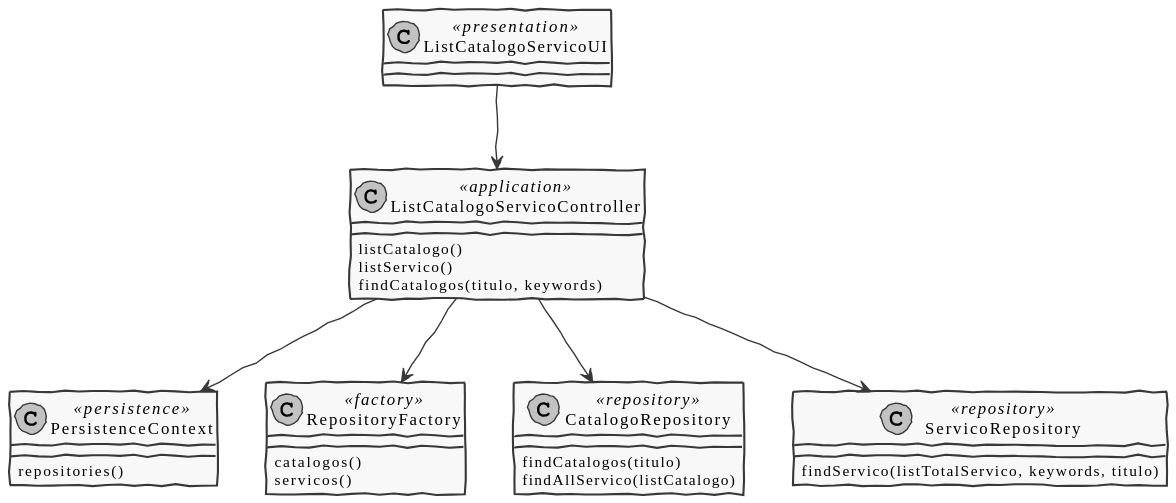
This is docs/US3001/CD3001.svg from pedrolemos4/LAPR4, a PlantUML export, as it was before one commit.
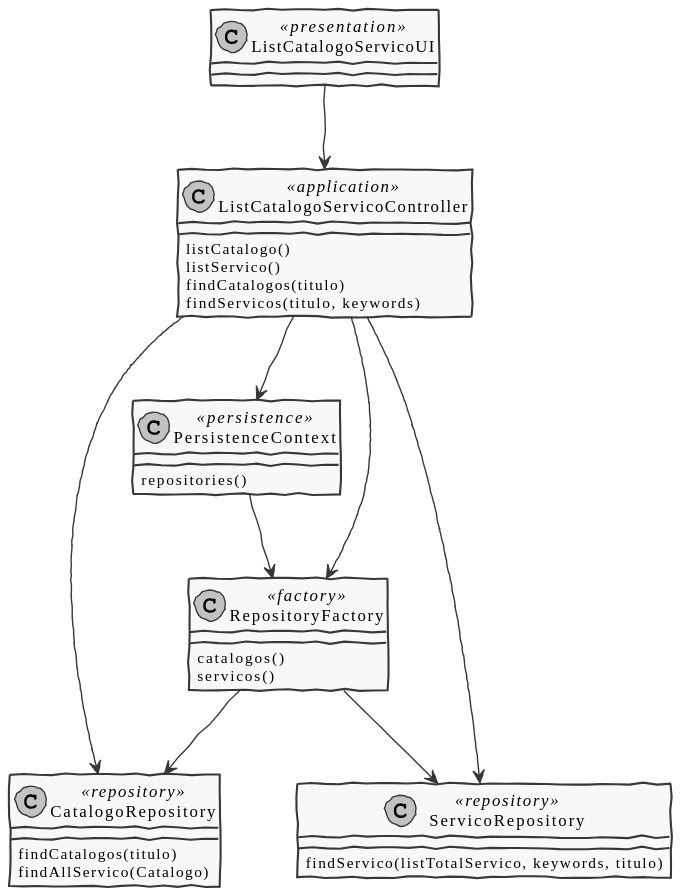
After the commit.

Diff of the diagram source:
```diff
@@ -17,7 +17,8 @@
 ListCatalogoServicoController : listCatalogo()
 ListCatalogoServicoController : listServico()
 
-ListCatalogoServicoController : findCatalogos(titulo, keywords)
+ListCatalogoServicoController : findCatalogos(titulo)
+ListCatalogoServicoController : findServicos(titulo, keywords)
 
 ListCatalogoServicoController --> CatalogoRepository
 ListCatalogoServicoController --> ServicoRepository
@@ -27,8 +28,12 @@
 RepositoryFactory : catalogos()
 RepositoryFactory : servicos()
 
+PersistenceContext --> RepositoryFactory
+RepositoryFactory --> CatalogoRepository
+RepositoryFactory --> ServicoRepository
+
 CatalogoRepository : findCatalogos(titulo)
-CatalogoRepository : findAllServico(listCatalogo)
+CatalogoRepository : findAllServico(Catalogo)
 
 ServicoRepository : findServico(listTotalServico, keywords, titulo)
 @enduml
```
